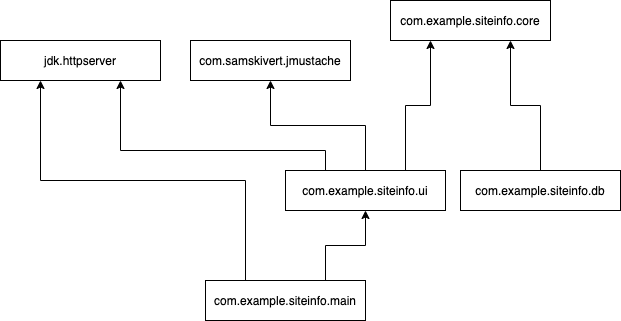
Earlier version of the draw.io export docs/dependencies.png (mbucc/clean-architecture-with-java-9). Source tidied: cells renumbered, new cells last; positions are measured from the earlier drawing's top-left corner, leaving out a move shared by most shapes.
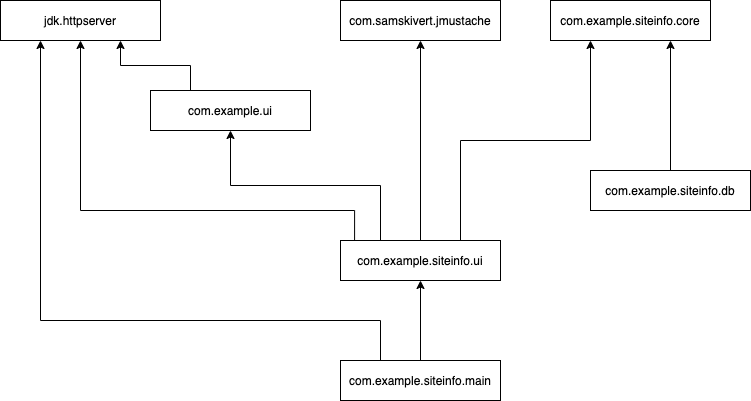
The same file after the commit.

Commit message:
Add new com.example.ui module to diagram

What changed in the source:
```diff
@@ -3,45 +3,59 @@
     <mxCell id="0" />
     <mxCell id="1" parent="0" />
     <mxCell id="2" value="com.example.siteinfo.core" style="rounded=0;whiteSpace=wrap;html=1;" parent="1" vertex="1">
-      <mxGeometry x="390" width="160" height="40" as="geometry" />
+      <mxGeometry x="430" width="160" height="40" as="geometry" />
     </mxCell>
     <mxCell id="3" style="edgeStyle=orthogonalEdgeStyle;rounded=0;jettySize=auto;html=1;entryX=0.25;entryY=1;entryDx=0;entryDy=0;exitX=0.75;exitY=0;exitDx=0;exitDy=0;" parent="1" edge="1" source="6" target="2">
       <mxGeometry relative="1" as="geometry" />
     </mxCell>
-    <mxCell id="4" style="edgeStyle=orthogonalEdgeStyle;rounded=0;jettySize=auto;html=1;exitX=0.25;exitY=0;exitDx=0;exitDy=0;entryX=0.75;entryY=1;entryDx=0;entryDy=0;" parent="1" edge="1" source="6" target="10">
+    <mxCell id="4" style="edgeStyle=orthogonalEdgeStyle;rounded=0;jettySize=auto;html=1;exitX=0.088;exitY=0.025;exitDx=0;exitDy=0;entryX=0.5;entryY=1;entryDx=0;entryDy=0;exitPerimeter=0;" parent="1" edge="1" source="6" target="10">
       <mxGeometry relative="1" as="geometry">
         <Array as="points">
-          <mxPoint x="325" y="150" />
-          <mxPoint x="120" y="150" />
+          <mxPoint x="234" y="210" />
+          <mxPoint x="-40" y="210" />
         </Array>
       </mxGeometry>
     </mxCell>
     <mxCell id="5" style="edgeStyle=orthogonalEdgeStyle;rounded=0;jettySize=auto;html=1;exitX=0.5;exitY=0;exitDx=0;exitDy=0;entryX=0.5;entryY=1;entryDx=0;entryDy=0;strokeWidth=1;" parent="1" edge="1" source="6" target="9">
       <mxGeometry relative="1" as="geometry" />
     </mxCell>
+    <mxCell id="14" style="edgeStyle=orthogonalEdgeStyle;rounded=0;jettySize=auto;html=1;exitX=0.25;exitY=0;exitDx=0;exitDy=0;" parent="1" edge="1" source="6" target="16">
+      <mxGeometry relative="1" as="geometry" />
+    </mxCell>
     <mxCell id="6" value="com.example.siteinfo.ui" style="rounded=0;whiteSpace=wrap;html=1;" parent="1" vertex="1">
-      <mxGeometry x="285" y="170" width="160" height="40" as="geometry" />
+      <mxGeometry x="220" y="240" width="160" height="40" as="geometry" />
     </mxCell>
     <mxCell id="7" style="edgeStyle=orthogonalEdgeStyle;rounded=0;jettySize=auto;html=1;exitX=0.5;exitY=0;exitDx=0;exitDy=0;entryX=0.75;entryY=1;entryDx=0;entryDy=0;fillColor=#f8cecc;strokeWidth=1;" parent="1" edge="1" source="8" target="2">
       <mxGeometry relative="1" as="geometry" />
     </mxCell>
     <mxCell id="8" value="com.example.siteinfo.db" style="rounded=0;whiteSpace=wrap;html=1;" parent="1" vertex="1">
-      <mxGeometry x="460" y="170" width="160" height="40" as="geometry" />
+      <mxGeometry x="470" y="170" width="160" height="40" as="geometry" />
     </mxCell>
     <mxCell id="9" value="com.samskivert.jmustache" style="rounded=0;whiteSpace=wrap;html=1;" parent="1" vertex="1">
-      <mxGeometry x="190" y="40" width="160" height="40" as="geometry" />
+      <mxGeometry x="220" width="160" height="40" as="geometry" />
     </mxCell>
     <mxCell id="10" value="jdk.httpserver" style="rounded=0;whiteSpace=wrap;html=1;" parent="1" vertex="1">
-      <mxGeometry y="40" width="160" height="40" as="geometry" />
+      <mxGeometry x="-120" width="160" height="40" as="geometry" />
     </mxCell>
     <mxCell id="11" style="edgeStyle=orthogonalEdgeStyle;rounded=0;jettySize=auto;html=1;exitX=0.25;exitY=0;exitDx=0;exitDy=0;entryX=0.25;entryY=1;entryDx=0;entryDy=0;" parent="1" edge="1" source="13" target="10">
-      <mxGeometry relative="1" as="geometry" />
+      <mxGeometry relative="1" as="geometry">
+        <Array as="points">
+          <mxPoint x="260" y="320" />
+          <mxPoint x="-80" y="320" />
+        </Array>
+      </mxGeometry>
     </mxCell>
-    <mxCell id="12" style="edgeStyle=orthogonalEdgeStyle;rounded=0;jettySize=auto;html=1;exitX=0.75;exitY=0;exitDx=0;exitDy=0;" parent="1" edge="1" source="13" target="6">
+    <mxCell id="12" style="edgeStyle=orthogonalEdgeStyle;rounded=0;jettySize=auto;html=1;exitX=0.5;exitY=0;exitDx=0;exitDy=0;entryX=0.5;entryY=1;entryDx=0;entryDy=0;" parent="1" edge="1" source="13" target="6">
       <mxGeometry relative="1" as="geometry" />
     </mxCell>
     <mxCell id="13" value="com.example.siteinfo.main" style="rounded=0;whiteSpace=wrap;html=1;" parent="1" vertex="1">
-      <mxGeometry x="205" y="280" width="160" height="40" as="geometry" />
+      <mxGeometry x="220" y="360" width="160" height="40" as="geometry" />
     </mxCell>
+    <mxCell id="15" style="edgeStyle=orthogonalEdgeStyle;rounded=0;jettySize=auto;html=1;exitX=0.25;exitY=0;exitDx=0;exitDy=0;entryX=0.75;entryY=1;entryDx=0;entryDy=0;" parent="1" edge="1" source="16" target="10">
+      <mxGeometry relative="1" as="geometry" />
+    </mxCell>
+    <mxCell id="16" value="com.example.ui" style="rounded=0;whiteSpace=wrap;html=1;" parent="1" vertex="1">
+      <mxGeometry x="30" y="90" width="160" height="40" as="geometry" />
+    </mxCell>
   </root>
 </mxGraphModel>
```
